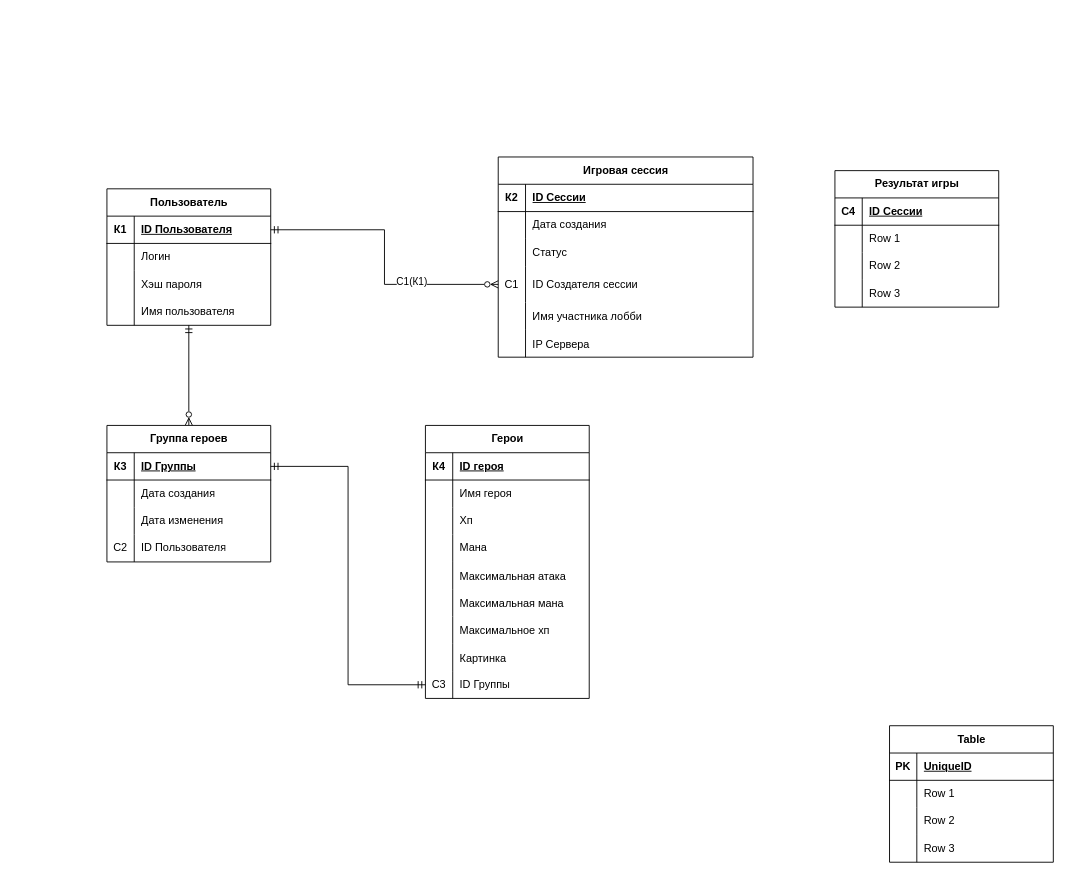
Before: page "Страница-3" (3 of 4) of database_diagram.drawio in 44656e6973/JavaSpringGame, a draw.io diagram. Source tidied: cells renumbered, new cells numbered last; positions are measured from the earlier drawing's top-left corner, leaving out a move shared by most shapes. Both pictures are drawn from the tidied source at 91%, with x=0, y=0 at pixel (106, 157).
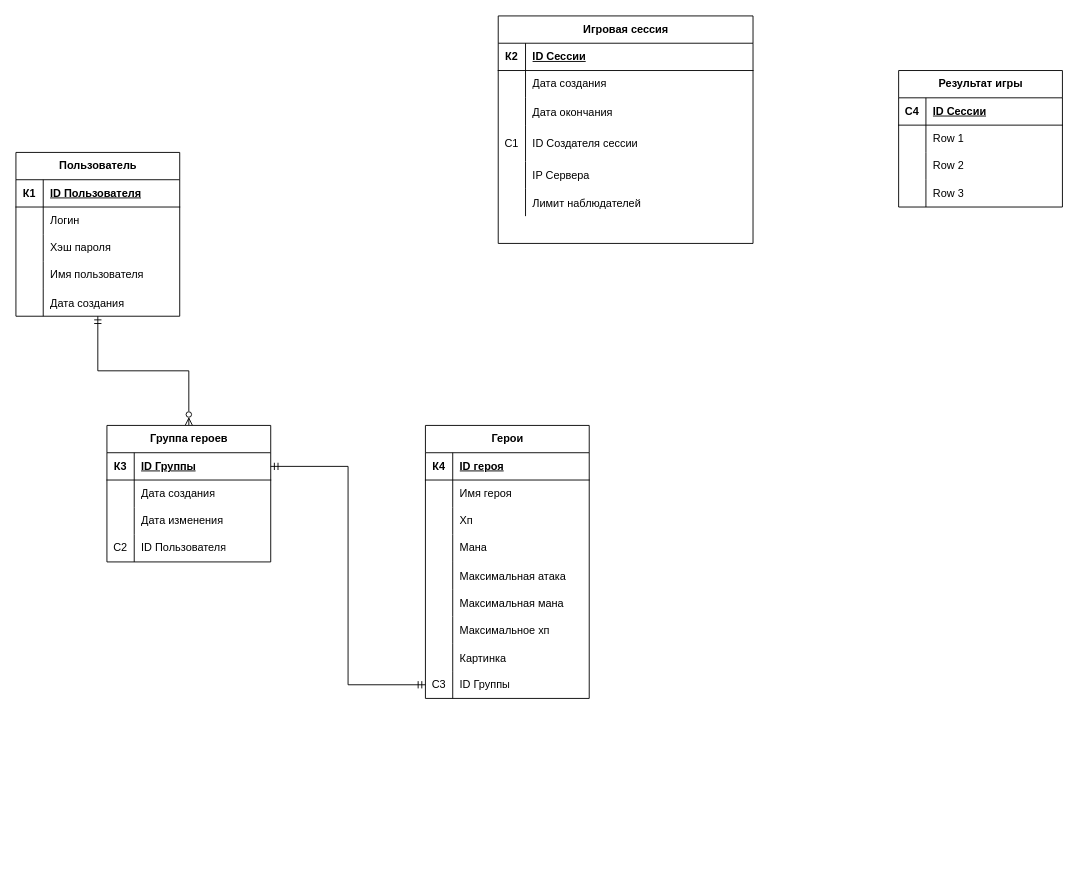
The same page after the edit.

Unchanged cells that the change refers to:
```xml
<mxCell id="4" style="shape=tableRow;horizontal=0;startSize=0;swimlaneHead=0;swimlaneBody=0;fillColor=none;points=[[0,0.5],[1,0.5]];portConstraint=eastwest;top=0;left=0;right=0;bottom=1;" parent="3" vertex="1">
  <mxGeometry y="30" width="180" height="30" as="geometry" />
</mxCell>
<mxCell id="23" style="shape=tableRow;horizontal=0;startSize=0;swimlaneHead=0;swimlaneBody=0;fillColor=none;top=0;left=0;right=0;bottom=0;" parent="16" vertex="1">
  <mxGeometry y="90" width="280" height="30" as="geometry" />
</mxCell>
<mxCell id="26" style="shape=tableRow;horizontal=0;startSize=0;swimlaneHead=0;swimlaneBody=0;fillColor=none;points=[[0,0.5],[1,0.5]];portConstraint=eastwest;top=0;left=0;right=0;bottom=0;" parent="16" vertex="1">
  <mxGeometry y="120" width="280" height="40" as="geometry" />
</mxCell>
```

Change to the diagram source:
```diff
@@
     <mxCell id="3" value="Пользователь" style="shape=table;startSize=30;childLayout=tableLayout;rowLines=0;fontStyle=1;align=center;html=1;" parent="1" vertex="1">
-      <mxGeometry y="35" width="180" height="150" as="geometry" />
+      <mxGeometry x="-100" y="-5" width="180" height="180" as="geometry" />
     </mxCell>
@@
+    <mxCell id="105" style="shape=tableRow;horizontal=0;startSize=0;swimlaneHead=0;swimlaneBody=0;fillColor=none;top=0;left=0;right=0;bottom=0;" parent="3" vertex="1">
+      <mxGeometry y="150" width="180" height="30" as="geometry" />
+    </mxCell>
+    <mxCell id="106" style="shape=partialRectangle;fillColor=none;top=0;left=0;bottom=0;right=0;overflow=hidden;" parent="105" vertex="1">
+      <mxGeometry width="30" height="30" as="geometry" />
+    </mxCell>
+    <mxCell id="107" value="Дата создания" style="shape=partialRectangle;fillColor=none;top=0;left=0;bottom=0;right=0;align=left;spacingLeft=6;overflow=hidden;" parent="105" vertex="1">
+      <mxGeometry x="30" width="150" height="30" as="geometry" />
+    </mxCell>
     <mxCell id="16" value="Игровая сессия" style="shape=table;startSize=30;childLayout=tableLayout;rowLines=0;fontStyle=1;align=center;html=1;" parent="1" vertex="1">
-      <mxGeometry x="430" width="280" height="220" as="geometry" />
+      <mxGeometry x="430" y="-155" width="280" height="250" as="geometry" />
     </mxCell>
@@
-    <mxCell id="24" style="shape=partialRectangle;fillColor=none;top=0;left=0;bottom=0;right=0;overflow=hidden;whiteSpace=wrap;html=1;" parent="23" vertex="1">
-      <mxGeometry width="30" height="30" as="geometry" />
-    </mxCell>
-    <mxCell id="25" value="Статус" style="shape=partialRectangle;fillColor=none;top=0;left=0;bottom=0;right=0;align=left;spacingLeft=6;overflow=hidden;whiteSpace=wrap;html=1;" parent="23" vertex="1">
-      <mxGeometry x="30" width="250" height="30" as="geometry" />
-    </mxCell>
+    <mxCell id="108" style="shape=partialRectangle;fillColor=none;top=0;left=0;bottom=0;right=0;overflow=hidden;" parent="23" vertex="1">
+      <mxGeometry width="30" height="30" as="geometry" />
+    </mxCell>
+    <mxCell id="109" value="Дата окончания" style="shape=partialRectangle;fillColor=none;top=0;left=0;bottom=0;right=0;align=left;spacingLeft=6;overflow=hidden;" parent="23" vertex="1">
+      <mxGeometry x="30" width="250" height="30" as="geometry" />
+    </mxCell>
@@
-    <mxCell id="29" style="shape=tableRow;horizontal=0;startSize=0;swimlaneHead=0;swimlaneBody=0;fillColor=none;top=0;left=0;right=0;bottom=0;" parent="16" vertex="1">
-      <mxGeometry y="160" width="280" height="30" as="geometry" />
-    </mxCell>
-    <mxCell id="30" style="shape=partialRectangle;fillColor=none;top=0;left=0;bottom=0;right=0;overflow=hidden;" parent="29" vertex="1">
-      <mxGeometry width="30" height="30" as="geometry" />
-    </mxCell>
-    <mxCell id="31" value="Имя участника лобби" style="shape=partialRectangle;fillColor=none;top=0;left=0;bottom=0;right=0;align=left;spacingLeft=6;overflow=hidden;" parent="29" vertex="1">
-      <mxGeometry x="30" width="250" height="30" as="geometry" />
-    </mxCell>
     <mxCell id="32" style="shape=tableRow;horizontal=0;startSize=0;swimlaneHead=0;swimlaneBody=0;fillColor=none;top=0;left=0;right=0;bottom=0;" parent="16" vertex="1">
-      <mxGeometry y="190" width="280" height="30" as="geometry" />
+      <mxGeometry y="160" width="280" height="30" as="geometry" />
     </mxCell>
@@
-    <mxCell id="35" style="edgeStyle=orthogonalEdgeStyle;rounded=0;jettySize=auto;html=1;entryX=0;entryY=0.5;entryDx=0;entryDy=0;startArrow=ERmandOne;startFill=0;endArrow=ERzeroToMany;endFill=0;" parent="1" edge="1" source="4" target="26">
-      <mxGeometry relative="1" as="geometry" />
-    </mxCell>
-    <mxCell id="36" value="С1(К1)" style="edgeLabel;html=1;align=center;verticalAlign=middle;" parent="35" vertex="1">
-      <mxGeometry x="0.38" y="4" relative="1" as="geometry" />
-    </mxCell>
+    <mxCell id="110" style="shape=tableRow;horizontal=0;startSize=0;swimlaneHead=0;swimlaneBody=0;fillColor=none;top=0;left=0;right=0;bottom=0;" parent="16" vertex="1">
+      <mxGeometry y="190" width="280" height="30" as="geometry" />
+    </mxCell>
+    <mxCell id="111" style="shape=partialRectangle;fillColor=none;top=0;left=0;bottom=0;right=0;overflow=hidden;" parent="110" vertex="1">
+      <mxGeometry width="30" height="30" as="geometry" />
+    </mxCell>
+    <mxCell id="112" value="Лимит наблюдателей" style="shape=partialRectangle;fillColor=none;top=0;left=0;bottom=0;right=0;align=left;spacingLeft=6;overflow=hidden;" parent="110" vertex="1">
+      <mxGeometry x="30" width="250" height="30" as="geometry" />
+    </mxCell>
@@
-    <mxCell id="78" value="Table" style="shape=table;startSize=30;childLayout=tableLayout;rowLines=0;fontStyle=1;align=center;html=1;" parent="1" vertex="1">
-      <mxGeometry x="860" y="625" width="180" height="150" as="geometry" />
-    </mxCell>
-    <mxCell id="79" style="shape=tableRow;horizontal=0;startSize=0;swimlaneHead=0;swimlaneBody=0;fillColor=none;top=0;left=0;right=0;bottom=1;" parent="78" vertex="1">
-      <mxGeometry y="30" width="180" height="30" as="geometry" />
-    </mxCell>
-    <mxCell id="80" value="PK" style="shape=partialRectangle;fillColor=none;top=0;left=0;bottom=0;right=0;fontStyle=1;overflow=hidden;whiteSpace=wrap;html=1;" parent="79" vertex="1">
-      <mxGeometry width="30" height="30" as="geometry" />
-    </mxCell>
-    <mxCell id="81" value="UniqueID" style="shape=partialRectangle;fillColor=none;top=0;left=0;bottom=0;right=0;align=left;spacingLeft=6;fontStyle=5;overflow=hidden;whiteSpace=wrap;html=1;" parent="79" vertex="1">
-      <mxGeometry x="30" width="150" height="30" as="geometry" />
-    </mxCell>
-    <mxCell id="82" style="shape=tableRow;horizontal=0;startSize=0;swimlaneHead=0;swimlaneBody=0;fillColor=none;top=0;left=0;right=0;bottom=0;" parent="78" vertex="1">
-      <mxGeometry y="60" width="180" height="30" as="geometry" />
-    </mxCell>
-    <mxCell id="83" style="shape=partialRectangle;fillColor=none;top=0;left=0;bottom=0;right=0;overflow=hidden;whiteSpace=wrap;html=1;" parent="82" vertex="1">
-      <mxGeometry width="30" height="30" as="geometry" />
-    </mxCell>
-    <mxCell id="84" value="Row 1" style="shape=partialRectangle;fillColor=none;top=0;left=0;bottom=0;right=0;align=left;spacingLeft=6;overflow=hidden;whiteSpace=wrap;html=1;" parent="82" vertex="1">
-      <mxGeometry x="30" width="150" height="30" as="geometry" />
-    </mxCell>
-    <mxCell id="85" style="shape=tableRow;horizontal=0;startSize=0;swimlaneHead=0;swimlaneBody=0;fillColor=none;top=0;left=0;right=0;bottom=0;" parent="78" vertex="1">
-      <mxGeometry y="90" width="180" height="30" as="geometry" />
-    </mxCell>
-    <mxCell id="86" style="shape=partialRectangle;fillColor=none;top=0;left=0;bottom=0;right=0;overflow=hidden;whiteSpace=wrap;html=1;" parent="85" vertex="1">
-      <mxGeometry width="30" height="30" as="geometry" />
-    </mxCell>
-    <mxCell id="87" value="Row 2" style="shape=partialRectangle;fillColor=none;top=0;left=0;bottom=0;right=0;align=left;spacingLeft=6;overflow=hidden;whiteSpace=wrap;html=1;" parent="85" vertex="1">
-      <mxGeometry x="30" width="150" height="30" as="geometry" />
-    </mxCell>
-    <mxCell id="88" style="shape=tableRow;horizontal=0;startSize=0;swimlaneHead=0;swimlaneBody=0;fillColor=none;top=0;left=0;right=0;bottom=0;" parent="78" vertex="1">
-      <mxGeometry y="120" width="180" height="30" as="geometry" />
-    </mxCell>
-    <mxCell id="89" style="shape=partialRectangle;fillColor=none;top=0;left=0;bottom=0;right=0;overflow=hidden;whiteSpace=wrap;html=1;" parent="88" vertex="1">
-      <mxGeometry width="30" height="30" as="geometry" />
-    </mxCell>
-    <mxCell id="90" value="Row 3" style="shape=partialRectangle;fillColor=none;top=0;left=0;bottom=0;right=0;align=left;spacingLeft=6;overflow=hidden;whiteSpace=wrap;html=1;" parent="88" vertex="1">
-      <mxGeometry x="30" width="150" height="30" as="geometry" />
-    </mxCell>
@@
     <mxCell id="92" value="Результат игры" style="shape=table;startSize=30;childLayout=tableLayout;rowLines=0;fontStyle=1;align=center;html=1;" parent="1" vertex="1">
-      <mxGeometry x="800" y="15" width="180" height="150" as="geometry" />
+      <mxGeometry x="870" y="-95" width="180" height="150" as="geometry" />
     </mxCell>
```
